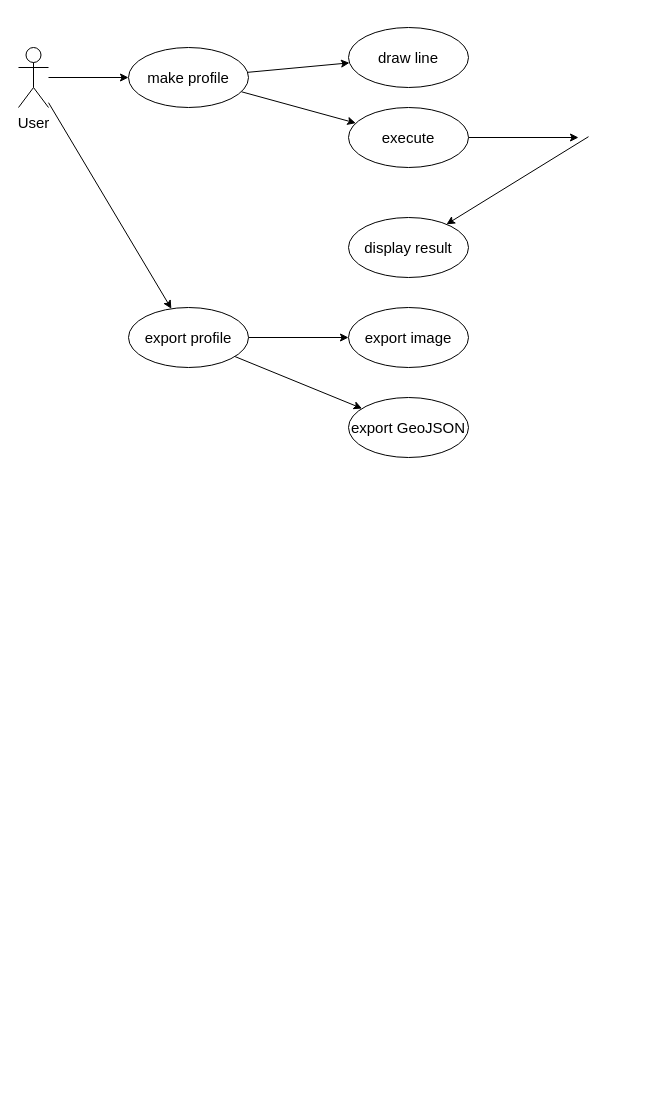
The draw.io diagram page "Use case" (3 of 4) of src/docs/Geoprocess.drawio in ign-argentina/argenmap, before the edit. Source tidied: cells renumbered, new cells numbered last; positions are measured from the earlier drawing's top-left corner, leaving out a move shared by most shapes. Both pictures are drawn from the tidied source at 100%, with x=0, y=0 at pixel (18, 27).
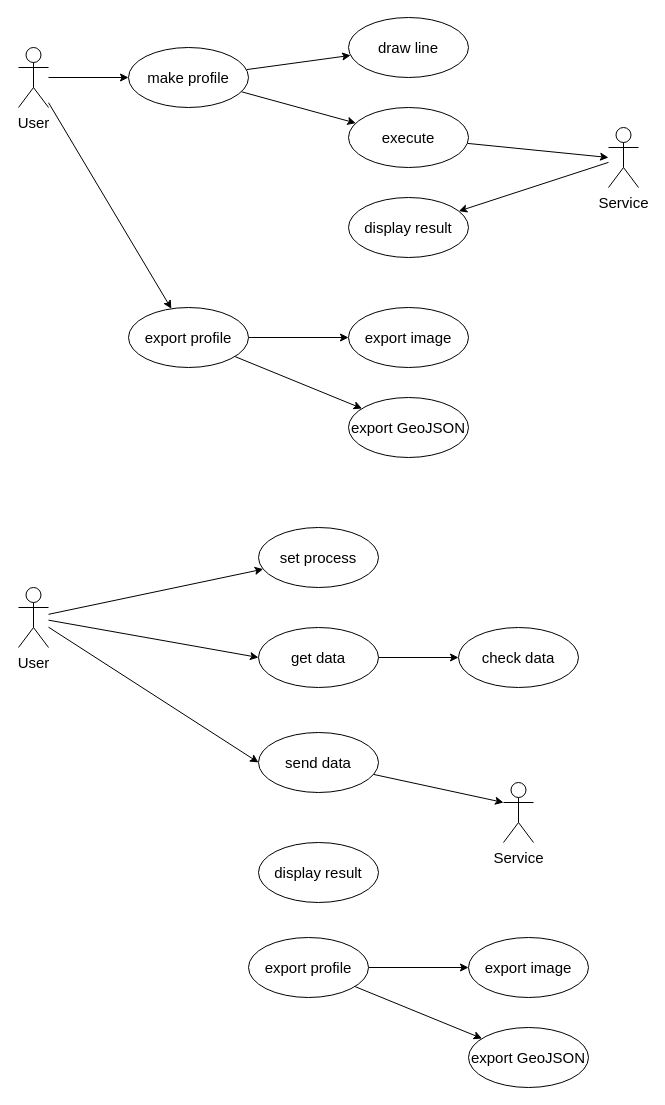
The same page after the edit.

Unchanged cells that the change refers to:
```xml
<mxCell id="11" value="execute" style="ellipse;whiteSpace=wrap;html=1;fontSize=15;verticalAlign=middle;align=center;" parent="1" vertex="1">
  <mxGeometry x="330" y="80" width="120" height="60" as="geometry" />
</mxCell>
```

The edit, as a diff of the source:
```diff
@@
     <mxCell id="9" value="draw line" style="ellipse;whiteSpace=wrap;html=1;fontSize=15;verticalAlign=middle;align=center;" parent="1" vertex="1">
-      <mxGeometry x="330" width="120" height="60" as="geometry" />
+      <mxGeometry x="330" y="-10" width="120" height="60" as="geometry" />
     </mxCell>
     <mxCell id="10" style="edgeStyle=none;html=1;fontSize=15;" parent="1" edge="1" source="11">
       <mxGeometry relative="1" as="geometry">
-        <mxPoint x="560" y="110" as="targetPoint" />
+        <mxPoint x="590" y="130" as="targetPoint" />
       </mxGeometry>
     </mxCell>
@@
     <mxCell id="12" value="display result" style="ellipse;whiteSpace=wrap;html=1;fontSize=15;verticalAlign=middle;align=center;" parent="1" vertex="1">
-      <mxGeometry x="330" y="190" width="120" height="60" as="geometry" />
+      <mxGeometry x="330" y="170" width="120" height="60" as="geometry" />
     </mxCell>
@@
-    <mxCell id="18" style="edgeStyle=none;html=1;fontSize=15;" parent="1" edge="1" target="12">
-      <mxGeometry relative="1" as="geometry">
-        <mxPoint x="570" y="109.2" as="sourcePoint" />
-      </mxGeometry>
+    <mxCell id="18" style="edgeStyle=none;html=1;fontSize=15;" parent="1" edge="1" source="19" target="12">
+      <mxGeometry relative="1" as="geometry" />
     </mxCell>
+    <mxCell id="19" value="Service" style="shape=umlActor;verticalLabelPosition=bottom;verticalAlign=top;html=1;outlineConnect=0;fontSize=15;" parent="1" vertex="1">
+      <mxGeometry x="590" y="100" width="30" height="60" as="geometry" />
+    </mxCell>
+    <mxCell id="20" style="edgeStyle=none;html=1;entryX=0;entryY=0.5;entryDx=0;entryDy=0;" parent="1" edge="1" source="23" target="25">
+      <mxGeometry relative="1" as="geometry" />
+    </mxCell>
+    <mxCell id="21" style="edgeStyle=none;html=1;entryX=0;entryY=0.5;entryDx=0;entryDy=0;" parent="1" edge="1" source="23" target="27">
+      <mxGeometry relative="1" as="geometry" />
+    </mxCell>
+    <mxCell id="22" style="edgeStyle=none;html=1;" parent="1" edge="1" source="23" target="36">
+      <mxGeometry relative="1" as="geometry" />
+    </mxCell>
+    <mxCell id="23" value="User" style="shape=umlActor;verticalLabelPosition=bottom;verticalAlign=top;html=1;outlineConnect=0;fontSize=15;" parent="1" vertex="1">
+      <mxGeometry y="560" width="30" height="60" as="geometry" />
+    </mxCell>
+    <mxCell id="24" style="edgeStyle=none;html=1;" parent="1" edge="1" source="25" target="35">
+      <mxGeometry relative="1" as="geometry" />
+    </mxCell>
+    <mxCell id="25" value="get data" style="ellipse;whiteSpace=wrap;html=1;fontSize=15;verticalAlign=middle;align=center;" parent="1" vertex="1">
+      <mxGeometry x="240" y="600" width="120" height="60" as="geometry" />
+    </mxCell>
+    <mxCell id="26" style="edgeStyle=none;html=1;entryX=0;entryY=0.3333333333333333;entryDx=0;entryDy=0;entryPerimeter=0;" parent="1" edge="1" source="27" target="34">
+      <mxGeometry relative="1" as="geometry" />
+    </mxCell>
+    <mxCell id="27" value="send data" style="ellipse;whiteSpace=wrap;html=1;fontSize=15;verticalAlign=middle;align=center;" parent="1" vertex="1">
+      <mxGeometry x="240" y="705" width="120" height="60" as="geometry" />
+    </mxCell>
+    <mxCell id="28" value="display result" style="ellipse;whiteSpace=wrap;html=1;fontSize=15;verticalAlign=middle;align=center;" parent="1" vertex="1">
+      <mxGeometry x="240" y="815" width="120" height="60" as="geometry" />
+    </mxCell>
+    <mxCell id="29" style="edgeStyle=none;html=1;fontSize=15;" parent="1" edge="1" source="31" target="32">
+      <mxGeometry relative="1" as="geometry" />
+    </mxCell>
+    <mxCell id="30" style="edgeStyle=none;html=1;fontSize=15;" parent="1" edge="1" source="31" target="33">
+      <mxGeometry relative="1" as="geometry" />
+    </mxCell>
+    <mxCell id="31" value="export profile" style="ellipse;whiteSpace=wrap;html=1;fontSize=15;verticalAlign=middle;align=center;" parent="1" vertex="1">
+      <mxGeometry x="230" y="910" width="120" height="60" as="geometry" />
+    </mxCell>
+    <mxCell id="32" value="export image" style="ellipse;whiteSpace=wrap;html=1;fontSize=15;verticalAlign=middle;align=center;" parent="1" vertex="1">
+      <mxGeometry x="450" y="910" width="120" height="60" as="geometry" />
+    </mxCell>
+    <mxCell id="33" value="export GeoJSON" style="ellipse;whiteSpace=wrap;html=1;fontSize=15;verticalAlign=middle;align=center;" parent="1" vertex="1">
+      <mxGeometry x="450" y="1000" width="120" height="60" as="geometry" />
+    </mxCell>
+    <mxCell id="34" value="Service" style="shape=umlActor;verticalLabelPosition=bottom;verticalAlign=top;html=1;outlineConnect=0;fontSize=15;" parent="1" vertex="1">
+      <mxGeometry x="485" y="755" width="30" height="60" as="geometry" />
+    </mxCell>
+    <mxCell id="35" value="check data" style="ellipse;whiteSpace=wrap;html=1;fontSize=15;verticalAlign=middle;align=center;" parent="1" vertex="1">
+      <mxGeometry x="440" y="600" width="120" height="60" as="geometry" />
+    </mxCell>
+    <mxCell id="36" value="set process" style="ellipse;whiteSpace=wrap;html=1;fontSize=15;verticalAlign=middle;" parent="1" vertex="1">
+      <mxGeometry x="240" y="500" width="120" height="60" as="geometry" />
+    </mxCell>
```
